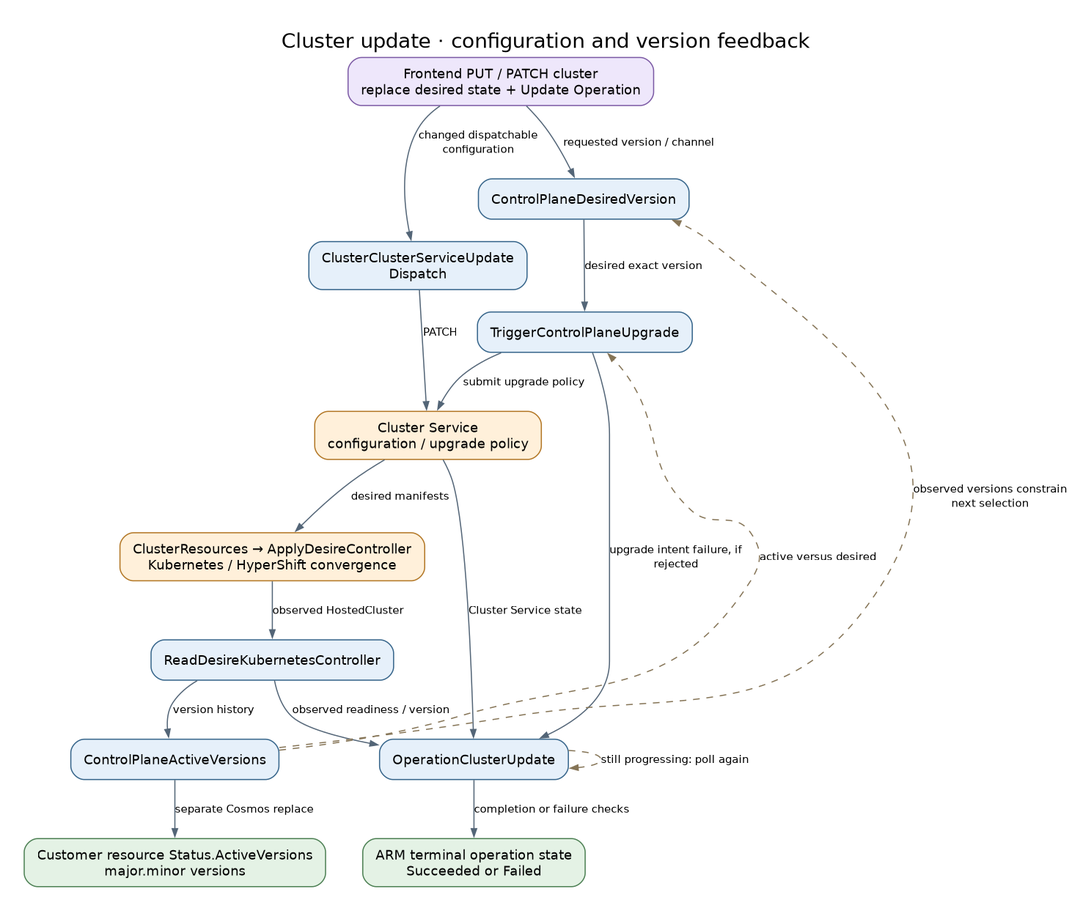
Earlier version of the Graphviz export docs/diagrams/controller-flows/cluster-update.png (Azure/ARO-HCP). Its source is kept beside it as docs/diagrams/controller-flows/cluster-update.dot. Its diagram source:
```dot
digraph cluster_update {
  graph [rankdir=TB, bgcolor="white", pad="0.3", nodesep="0.4", ranksep="0.55", fontname="DejaVu Sans", fontsize=18, labelloc=t, label="Cluster update · configuration and version feedback", dpi=110];
  node [shape=box, style="rounded,filled", fillcolor="#e6f0fa", color="#35648a", fontname="DejaVu Sans", fontsize=12, margin="0.16,0.10"];
  edge [color="#536577", fontname="DejaVu Sans", fontsize=10, arrowsize=0.7];
  put [label="Frontend PUT / PATCH cluster\nreplace desired state + Update Operation", fillcolor="#eee7fb", color="#7b59a4"];
  dispatch [label="ClusterClusterServiceUpdate\nDispatch", fillcolor="#e6f0fa", color="#35648a"];
  desired [label="ControlPlaneDesiredVersion", fillcolor="#e6f0fa", color="#35648a"];
  upgrade [label="TriggerControlPlaneUpgrade", fillcolor="#e6f0fa", color="#35648a"];
  cs [label="Cluster Service\nconfiguration / upgrade policy", fillcolor="#fff0da", color="#b27624"];
  kube [label="ClusterResources → ApplyDesireController\nKubernetes / HyperShift convergence", fillcolor="#fff0da", color="#b27624"];
  mirror [label="ReadDesireKubernetesController", fillcolor="#e6f0fa", color="#35648a"];
  active [label="ControlPlaneActiveVersions", fillcolor="#e6f0fa", color="#35648a"];
  op [label="OperationClusterUpdate", fillcolor="#e6f0fa", color="#35648a"];
  done [label="ARM terminal operation state\nSucceeded or Failed", fillcolor="#e4f2e5", color="#4c8053"];
  put -> dispatch [label="changed dispatchable\nconfiguration"];
  put -> desired [label="requested version / channel"];
  desired -> upgrade [label="desired exact version"];
  dispatch -> cs [label="PATCH"];
  upgrade -> cs [label="submit upgrade policy"];
  cs -> kube [label="desired manifests"];
  kube -> mirror [label="observed HostedCluster"];
  mirror -> active [label="version history"];
  cs -> op [label="Cluster Service state"];
  mirror -> op [label="observed readiness / version"];
  upgrade -> op [label="upgrade intent failure, if\nrejected"];
  op -> done [label="completion or failure checks"];
  observed [label="Customer resource Status.ActiveVersions\nmajor.minor versions", fillcolor="#e4f2e5", color="#4c8053"];
  active -> observed [label="separate Cosmos replace"];
  active -> upgrade [label="active versus desired", style=dashed, color="#857456", constraint=false];
  active -> desired [label="observed versions constrain\nnext selection", style=dashed, color="#857456", constraint=false];
  op -> op [label="still progressing: poll again", style=dashed, color="#857456", constraint=false];
}
```
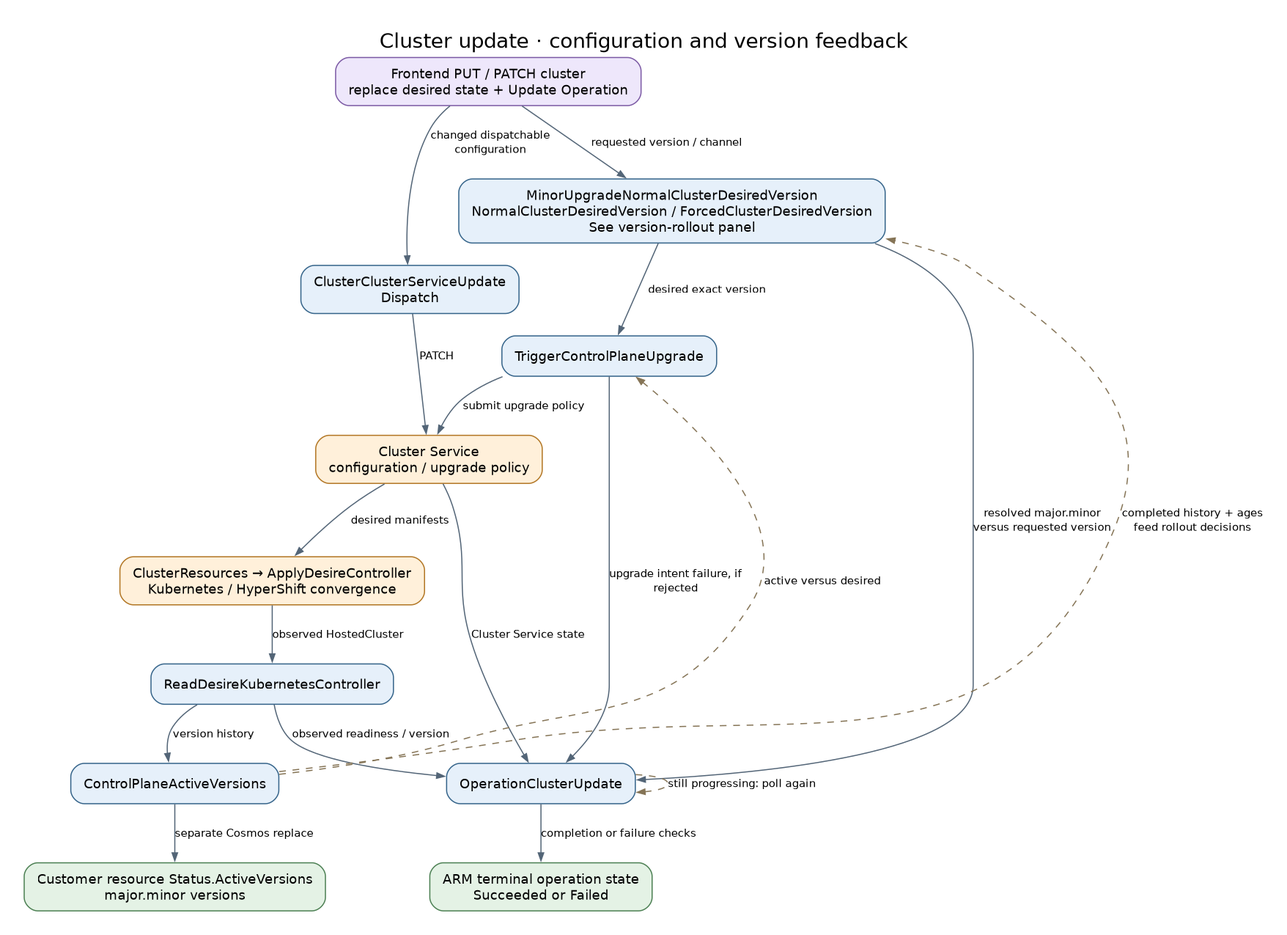
The same file after the commit.

What changed in the source:
```diff
@@ -4,7 +4,7 @@
   edge [color="#536577", fontname="DejaVu Sans", fontsize=10, arrowsize=0.7];
   put [label="Frontend PUT / PATCH cluster\nreplace desired state + Update Operation", fillcolor="#eee7fb", color="#7b59a4"];
   dispatch [label="ClusterClusterServiceUpdate\nDispatch", fillcolor="#e6f0fa", color="#35648a"];
-  desired [label="ControlPlaneDesiredVersion", fillcolor="#e6f0fa", color="#35648a"];
+  desired [label="MinorUpgradeNormalClusterDesiredVersion\nNormalClusterDesiredVersion / ForcedClusterDesiredVersion\nSee version-rollout panel", fillcolor="#e6f0fa", color="#35648a"];
   upgrade [label="TriggerControlPlaneUpgrade", fillcolor="#e6f0fa", color="#35648a"];
   cs [label="Cluster Service\nconfiguration / upgrade policy", fillcolor="#fff0da", color="#b27624"];
   kube [label="ClusterResources → ApplyDesireController\nKubernetes / HyperShift convergence", fillcolor="#fff0da", color="#b27624"];
@@ -15,6 +15,7 @@
   put -> dispatch [label="changed dispatchable\nconfiguration"];
   put -> desired [label="requested version / channel"];
   desired -> upgrade [label="desired exact version"];
+  desired -> op [label="resolved major.minor\nversus requested version"];
   dispatch -> cs [label="PATCH"];
   upgrade -> cs [label="submit upgrade policy"];
   cs -> kube [label="desired manifests"];
@@ -27,6 +28,6 @@
   observed [label="Customer resource Status.ActiveVersions\nmajor.minor versions", fillcolor="#e4f2e5", color="#4c8053"];
   active -> observed [label="separate Cosmos replace"];
   active -> upgrade [label="active versus desired", style=dashed, color="#857456", constraint=false];
-  active -> desired [label="observed versions constrain\nnext selection", style=dashed, color="#857456", constraint=false];
+  active -> desired [label="completed history + ages\nfeed rollout decisions", style=dashed, color="#857456", constraint=false];
   op -> op [label="still progressing: poll again", style=dashed, color="#857456", constraint=false];
 }
```
